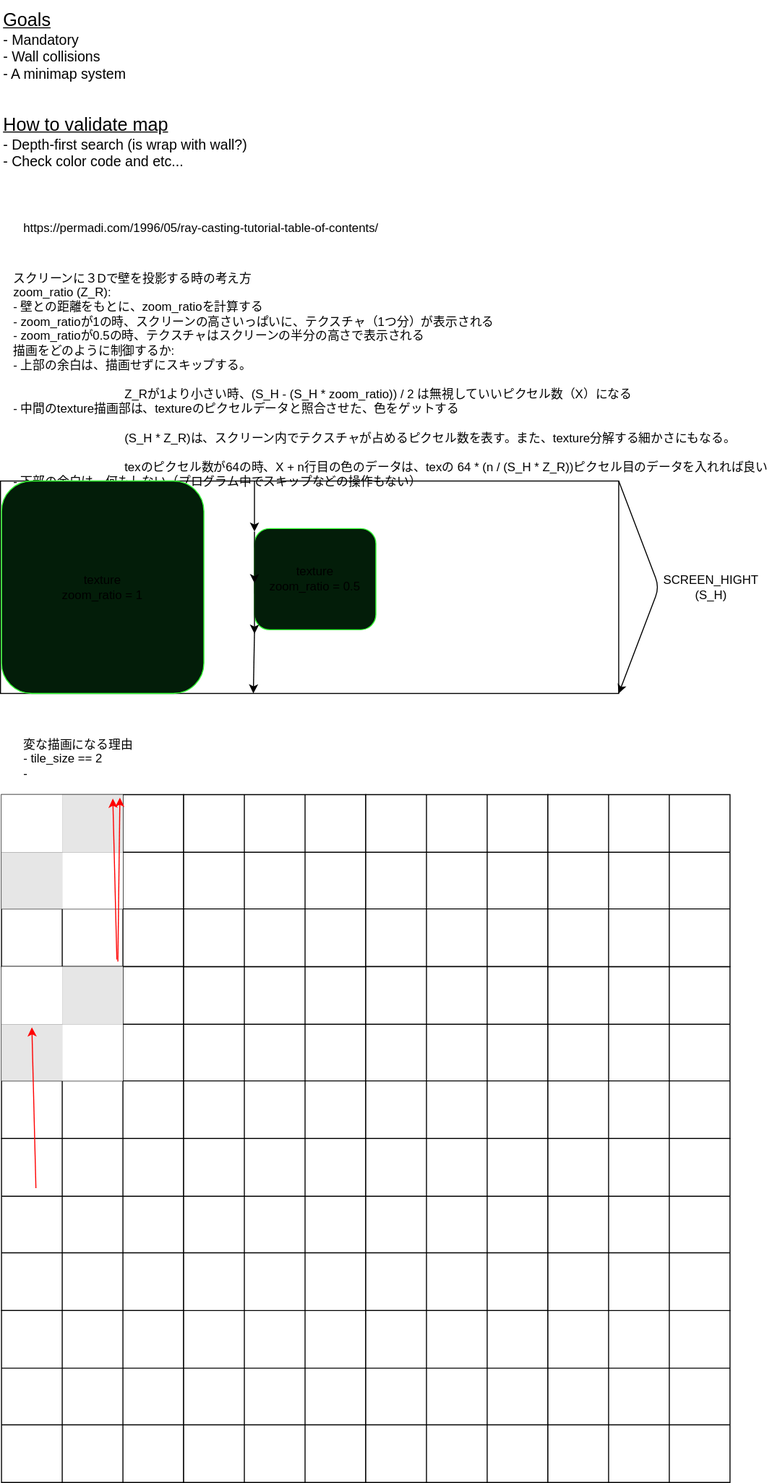
Before: cub.drawio.svg, a diagram exported from draw.io (jizots/cub3d). Source tidied: cells renumbered, new cells last; positions are measured from the earlier drawing's top-left corner, leaving out a move shared by most shapes.
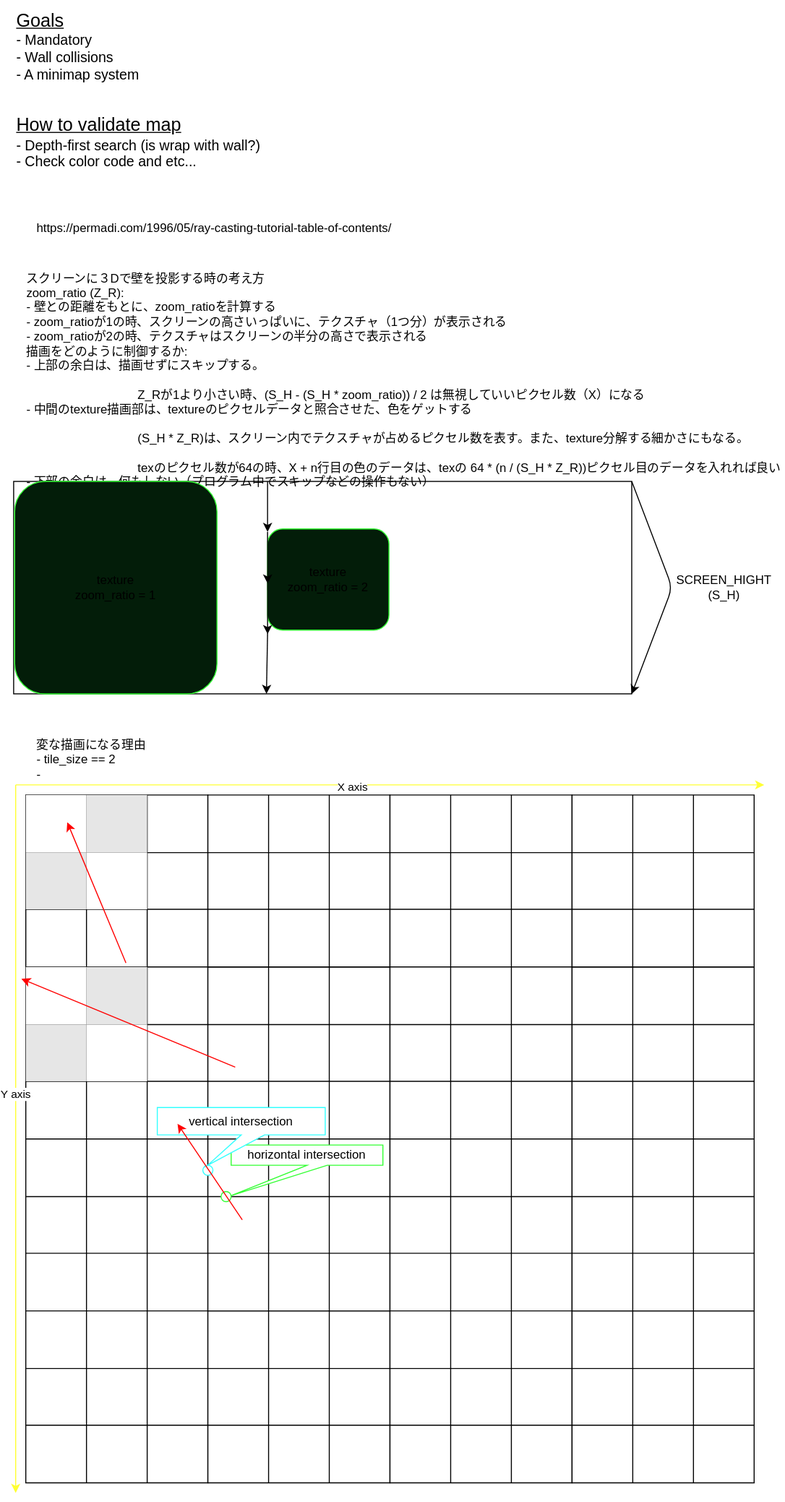
Above is the later version.

What changed in the source:
```diff
@@ -3,61 +3,61 @@
     <mxCell id="0" />
     <mxCell id="1" parent="0" />
     <mxCell id="2" value="&lt;font style=&quot;&quot;&gt;&lt;span style=&quot;font-size: 18px;&quot;&gt;&lt;u&gt;Goals&lt;/u&gt;&lt;/span&gt;&lt;font style=&quot;font-size: 14px;&quot;&gt;&lt;br&gt;- Mandatory&lt;br&gt;- Wall collisions&lt;br&gt;- A minimap system&lt;/font&gt;&lt;/font&gt;" style="text;html=1;align=left;verticalAlign=middle;strokeColor=none;fillColor=none;" parent="1" vertex="1">
-      <mxGeometry x="1" width="140" height="90" as="geometry" />
+      <mxGeometry x="-10" width="140" height="90" as="geometry" />
     </mxCell>
     <mxCell id="3" value="&lt;font style=&quot;font-size: 18px;&quot;&gt;&lt;u&gt;How to validate map&lt;/u&gt;&lt;/font&gt;&lt;br&gt;&lt;font style=&quot;font-size: 14px;&quot;&gt;- Depth-first search (is wrap with wall?)&lt;/font&gt;&lt;font style=&quot;&quot;&gt;&lt;br&gt;&lt;span style=&quot;font-size: 14px;&quot;&gt;- Check color code and etc...&lt;/span&gt;&lt;/font&gt;" style="text;html=1;align=left;verticalAlign=middle;strokeColor=none;fillColor=none;" parent="1" vertex="1">
-      <mxGeometry x="1" y="105" width="260" height="70" as="geometry" />
+      <mxGeometry x="-10" y="105" width="260" height="70" as="geometry" />
     </mxCell>
     <mxCell id="4" value="https://permadi.com/1996/05/ray-casting-tutorial-table-of-contents/" style="text;html=1;align=left;verticalAlign=middle;strokeColor=none;fillColor=none;" parent="1" vertex="1">
-      <mxGeometry x="21" y="210" width="370" height="30" as="geometry" />
+      <mxGeometry x="10" y="210" width="370" height="30" as="geometry" />
     </mxCell>
     <mxCell id="5" style="whiteSpace=wrap;html=1;" parent="1" vertex="1">
-      <mxGeometry y="475" width="611" height="210" as="geometry" />
+      <mxGeometry x="-11" y="475" width="611" height="210" as="geometry" />
     </mxCell>
-    <mxCell id="6" value="スクリーンに３Dで壁を投影する時の考え方&lt;br&gt;zoom_ratio (Z_R):&amp;nbsp;&lt;br&gt;- 壁との距離をもとに、zoom_ratioを計算する&lt;br&gt;- zoom_ratioが1の時、スクリーンの高さいっぱいに、テクスチャ（1つ分）が表示される&lt;br&gt;- zoom_ratioが0.5の時、テクスチャはスクリーンの半分の高さで表示される&lt;br&gt;描画をどのように制御するか:&lt;br&gt;- 上部の余白は、描画せずにスキップする。&lt;br&gt;&lt;span style=&quot;white-space: pre;&quot;&gt;&#9;&lt;/span&gt;Z_Rが1より小さい時、(S_H - (S_H * zoom_ratio)) / 2 は無視していいピクセル数（X）になる&lt;br&gt;- 中間のtexture描画部は、textureのピクセルデータと照合させた、色をゲットする&lt;br&gt;&lt;span style=&quot;white-space: pre;&quot;&gt;&#9;&lt;/span&gt;(S_H * Z_R)は、スクリーン内でテクスチャが占めるピクセル数を表す。また、texture分解する細かさにもなる。&lt;br&gt;&lt;span style=&quot;white-space: pre;&quot;&gt;&#9;&lt;/span&gt;texのピクセル数が64の時、X + n行目の色のデータは、texの 64 * (n / (S_H * Z_R))ピクセル目のデータを入れれば良い&lt;br&gt;- 下部の余白は、何もしない（プログラム中でスキップなどの操作もない）" style="text;html=1;align=left;verticalAlign=middle;strokeColor=none;fillColor=none;" parent="1" vertex="1">
-      <mxGeometry x="11" y="280" width="680" height="190" as="geometry" />
+    <mxCell id="6" value="スクリーンに３Dで壁を投影する時の考え方&lt;br&gt;zoom_ratio (Z_R):&amp;nbsp;&lt;br&gt;- 壁との距離をもとに、zoom_ratioを計算する&lt;br&gt;- zoom_ratioが1の時、スクリーンの高さいっぱいに、テクスチャ（1つ分）が表示される&lt;br&gt;- zoom_ratioが2の時、テクスチャはスクリーンの半分の高さで表示される&lt;br&gt;描画をどのように制御するか:&lt;br&gt;- 上部の余白は、描画せずにスキップする。&lt;br&gt;&lt;span style=&quot;white-space: pre;&quot;&gt;&#9;&lt;/span&gt;Z_Rが1より小さい時、(S_H - (S_H * zoom_ratio)) / 2 は無視していいピクセル数（X）になる&lt;br&gt;- 中間のtexture描画部は、textureのピクセルデータと照合させた、色をゲットする&lt;br&gt;&lt;span style=&quot;white-space: pre;&quot;&gt;&#9;&lt;/span&gt;(S_H * Z_R)は、スクリーン内でテクスチャが占めるピクセル数を表す。また、texture分解する細かさにもなる。&lt;br&gt;&lt;span style=&quot;white-space: pre;&quot;&gt;&#9;&lt;/span&gt;texのピクセル数が64の時、X + n行目の色のデータは、texの 64 * (n / (S_H * Z_R))ピクセル目のデータを入れれば良い&lt;br&gt;- 下部の余白は、何もしない（プログラム中でスキップなどの操作もない）" style="text;html=1;align=left;verticalAlign=middle;strokeColor=none;fillColor=none;" parent="1" vertex="1">
+      <mxGeometry y="280" width="680" height="190" as="geometry" />
     </mxCell>
     <mxCell id="7" value="texture&lt;br&gt;zoom_ratio = 1" style="rounded=1;whiteSpace=wrap;html=1;fillColor=#031D09;strokeColor=#33FF33;" parent="1" vertex="1">
-      <mxGeometry x="1" y="475" width="200" height="210" as="geometry" />
+      <mxGeometry x="-10" y="475" width="200" height="210" as="geometry" />
     </mxCell>
-    <mxCell id="8" value="texture&lt;br&gt;zoom_ratio = 0.5" style="rounded=1;whiteSpace=wrap;html=1;fillColor=#031D09;strokeColor=#33FF33;" parent="1" vertex="1">
-      <mxGeometry x="251" y="522" width="120" height="100" as="geometry" />
+    <mxCell id="8" value="texture&lt;br&gt;zoom_ratio = 2" style="rounded=1;whiteSpace=wrap;html=1;fillColor=#031D09;strokeColor=#33FF33;" parent="1" vertex="1">
+      <mxGeometry x="240" y="522" width="120" height="100" as="geometry" />
     </mxCell>
     <mxCell id="9" style="edgeStyle=none;orthogonalLoop=1;jettySize=auto;html=1;" parent="1" edge="1">
       <mxGeometry relative="1" as="geometry">
-        <mxPoint x="251" y="475" as="sourcePoint" />
-        <mxPoint x="251" y="525" as="targetPoint" />
+        <mxPoint x="240" y="475" as="sourcePoint" />
+        <mxPoint x="240" y="525" as="targetPoint" />
       </mxGeometry>
     </mxCell>
     <mxCell id="10" style="edgeStyle=none;orthogonalLoop=1;jettySize=auto;html=1;entryX=0.167;entryY=0.009;entryDx=0;entryDy=0;entryPerimeter=0;" parent="1" edge="1">
       <mxGeometry relative="1" as="geometry">
-        <mxPoint x="251" y="525" as="sourcePoint" />
-        <mxPoint x="251" y="576" as="targetPoint" />
+        <mxPoint x="240" y="525" as="sourcePoint" />
+        <mxPoint x="240" y="576" as="targetPoint" />
       </mxGeometry>
     </mxCell>
     <mxCell id="11" style="edgeStyle=none;orthogonalLoop=1;jettySize=auto;html=1;entryX=0.167;entryY=0.009;entryDx=0;entryDy=0;entryPerimeter=0;" parent="1" edge="1">
       <mxGeometry relative="1" as="geometry">
-        <mxPoint x="251" y="575" as="sourcePoint" />
-        <mxPoint x="251" y="626" as="targetPoint" />
+        <mxPoint x="240" y="575" as="sourcePoint" />
+        <mxPoint x="240" y="626" as="targetPoint" />
       </mxGeometry>
     </mxCell>
     <mxCell id="12" style="edgeStyle=none;jettySize=auto;html=1;entryX=0.409;entryY=1;entryDx=0;entryDy=0;entryPerimeter=0;" parent="1" edge="1" target="5">
       <mxGeometry relative="1" as="geometry">
-        <mxPoint x="251" y="625" as="sourcePoint" />
+        <mxPoint x="240" y="625" as="sourcePoint" />
       </mxGeometry>
     </mxCell>
     <mxCell id="13" style="edgeStyle=none;orthogonalLoop=1;jettySize=auto;html=1;exitX=1;exitY=0;exitDx=0;exitDy=0;exitPerimeter=0;entryX=1;entryY=1;entryDx=0;entryDy=0;" parent="1" edge="1" source="5" target="5">
       <mxGeometry relative="1" as="geometry">
         <Array as="points">
-          <mxPoint x="651" y="580" />
+          <mxPoint x="640" y="580" />
         </Array>
       </mxGeometry>
     </mxCell>
     <mxCell id="14" value="SCREEN_HIGHT&lt;br&gt;(S_H)" style="text;html=1;align=center;verticalAlign=middle;strokeColor=none;fillColor=none;" parent="1" vertex="1">
-      <mxGeometry x="642" y="560" width="120" height="40" as="geometry" />
+      <mxGeometry x="631" y="560" width="120" height="40" as="geometry" />
     </mxCell>
     <mxCell id="15" value="変な描画になる理由&lt;br&gt;- tile_size == 2&lt;br&gt;-&amp;nbsp;" style="text;html=1;align=left;verticalAlign=middle;strokeColor=none;fillColor=none;" parent="1" vertex="1">
-      <mxGeometry x="21" y="720" width="130" height="60" as="geometry" />
+      <mxGeometry x="10" y="720" width="130" height="60" as="geometry" />
     </mxCell>
     <mxCell id="16" style="shape=table;html=1;whiteSpace=wrap;startSize=0;" parent="1" vertex="1">
       <mxGeometry x="1" y="785" width="180" height="170" as="geometry" />
@@ -685,20 +685,49 @@
     </mxCell>
     <mxCell id="224" style="endArrow=classic;html=1;strokeColor=#FF0000;" parent="1" edge="1">
       <mxGeometry relative="1" as="geometry">
-        <mxPoint x="116" y="950" as="sourcePoint" />
-        <mxPoint x="118" y="788" as="targetPoint" />
+        <mxPoint x="100" y="951" as="sourcePoint" />
+        <mxPoint x="42" y="812" as="targetPoint" />
       </mxGeometry>
     </mxCell>
-    <mxCell id="225" style="endArrow=classic;html=1;strokeColor=#FF0000;" parent="1" edge="1">
+    <mxCell id="225" style="endArrow=classic;html=1;strokeColor=#FF0000;entryX=-0.024;entryY=0.206;entryDx=0;entryDy=0;entryPerimeter=0;" parent="1" edge="1" target="30">
       <mxGeometry relative="1" as="geometry">
-        <mxPoint x="115" y="948" as="sourcePoint" />
-        <mxPoint x="111" y="789" as="targetPoint" />
+        <mxPoint x="208" y="1054" as="sourcePoint" />
       </mxGeometry>
     </mxCell>
+    <mxCell id="227" style="edgeStyle=none;orthogonalLoop=1;jettySize=auto;html=1;strokeColor=#FFFF33;" parent="1" edge="1">
+      <mxGeometry relative="1" as="geometry">
+        <mxPoint x="-9" y="775" as="sourcePoint" />
+        <mxPoint x="731" y="775" as="targetPoint" />
+      </mxGeometry>
+    </mxCell>
+    <mxCell id="228" value="X axis" style="edgeLabel;html=1;align=center;verticalAlign=middle;" parent="227" vertex="1">
+      <mxGeometry x="-0.1" y="-1" relative="1" as="geometry" />
+    </mxCell>
+    <mxCell id="229" style="edgeStyle=none;orthogonalLoop=1;jettySize=auto;html=1;strokeColor=#FFFF33;" parent="1" edge="1">
+      <mxGeometry relative="1" as="geometry">
+        <mxPoint x="-9" y="775" as="sourcePoint" />
+        <mxPoint x="-9" y="1475" as="targetPoint" />
+      </mxGeometry>
+    </mxCell>
+    <mxCell id="230" value="Y axis" style="edgeLabel;html=1;align=center;verticalAlign=middle;" parent="229" vertex="1">
+      <mxGeometry x="-0.13" y="-1" relative="1" as="geometry" />
+    </mxCell>
+    <mxCell id="231" style="ellipse;whiteSpace=wrap;html=1;strokeColor=#33FF33;" parent="1" vertex="1">
+      <mxGeometry x="194" y="1177" width="10" height="10" as="geometry" />
+    </mxCell>
+    <mxCell id="232" style="ellipse;whiteSpace=wrap;html=1;strokeColor=#33FFFF;" parent="1" vertex="1">
+      <mxGeometry x="176" y="1151" width="10" height="10" as="geometry" />
+    </mxCell>
+    <mxCell id="233" value="horizontal intersection" style="shape=callout;whiteSpace=wrap;html=1;perimeter=calloutPerimeter;strokeColor=#33FF33;position2=0;" parent="1" vertex="1">
+      <mxGeometry x="204" y="1131" width="150" height="50" as="geometry" />
+    </mxCell>
+    <mxCell id="234" value="vertical intersection" style="shape=callout;whiteSpace=wrap;html=1;perimeter=calloutPerimeter;strokeColor=#33FFFF;position2=0.3;base=23;" parent="1" vertex="1">
+      <mxGeometry x="131" y="1094" width="166" height="57" as="geometry" />
+    </mxCell>
     <mxCell id="226" style="endArrow=classic;html=1;strokeColor=#FF0000;" parent="1" edge="1">
       <mxGeometry relative="1" as="geometry">
-        <mxPoint x="35" y="1174" as="sourcePoint" />
-        <mxPoint x="31" y="1015" as="targetPoint" />
+        <mxPoint x="215" y="1205" as="sourcePoint" />
+        <mxPoint x="151" y="1110" as="targetPoint" />
       </mxGeometry>
     </mxCell>
   </root>
```
